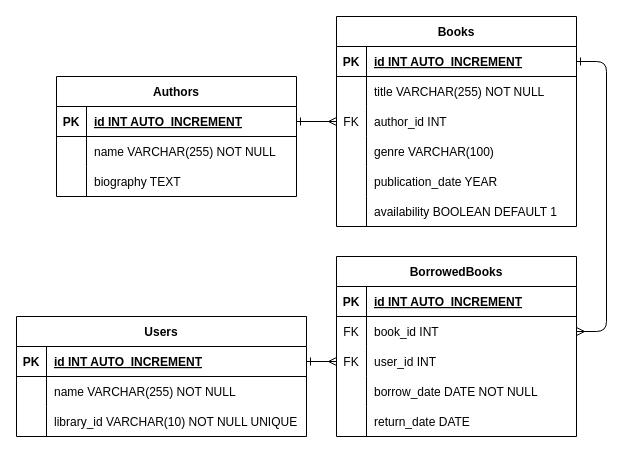
The draw.io diagram relationships.drawio in Tmiseray/Module5-MiniProject, before the edit. Source tidied: cells renumbered, new cells numbered last; positions are measured from the earlier drawing's top-left corner, leaving out a move shared by most shapes. Both pictures are drawn from the tidied source at 100%, with x=0, y=0 at pixel (16, 16).
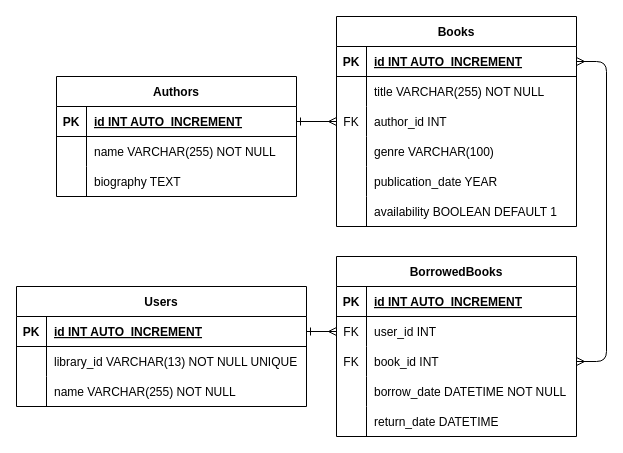
Above is the later version.

The change refers to these unchanged cells:
```xml
<mxCell id="13" style="shape=tableRow;horizontal=0;startSize=0;swimlaneHead=0;swimlaneBody=0;fillColor=none;points=[[0,0.5],[1,0.5]];portConstraint=eastwest;top=0;left=0;right=0;bottom=1;" parent="12" vertex="1">
  <mxGeometry y="30" width="240" height="30" as="geometry" />
</mxCell>
<mxCell id="35" style="shape=tableRow;horizontal=0;startSize=0;swimlaneHead=0;swimlaneBody=0;fillColor=none;top=0;left=0;right=0;bottom=0;" parent="31" vertex="1">
  <mxGeometry y="60" width="290" height="30" as="geometry" />
</mxCell>
<mxCell id="38" style="shape=tableRow;horizontal=0;startSize=0;swimlaneHead=0;swimlaneBody=0;fillColor=none;top=0;left=0;right=0;bottom=0;" parent="31" vertex="1">
  <mxGeometry y="90" width="290" height="30" as="geometry" />
</mxCell>
<mxCell id="41" value="BorrowedBooks" style="shape=table;startSize=30;childLayout=tableLayout;rowLines=0;fontStyle=1;align=center;" parent="1" vertex="1">
  <mxGeometry x="320" y="240" width="240" height="180" as="geometry" />
</mxCell>
<mxCell id="51" style="shape=tableRow;horizontal=0;startSize=0;swimlaneHead=0;swimlaneBody=0;fillColor=none;top=0;left=0;right=0;bottom=0;" parent="41" vertex="1">
  <mxGeometry y="120" width="240" height="30" as="geometry" />
</mxCell>
<mxCell id="54" style="shape=tableRow;horizontal=0;startSize=0;swimlaneHead=0;swimlaneBody=0;fillColor=none;top=0;left=0;right=0;bottom=0;" parent="41" vertex="1">
  <mxGeometry y="150" width="240" height="30" as="geometry" />
</mxCell>
```

Change to the diagram source:
```diff
@@
     <mxCell id="31" value="Users" style="shape=table;startSize=30;childLayout=tableLayout;rowLines=0;fontStyle=1;align=center;" parent="1" vertex="1">
-      <mxGeometry y="300" width="290" height="120" as="geometry" />
+      <mxGeometry y="270" width="290" height="120" as="geometry" />
     </mxCell>
@@
-    <mxCell id="37" value="name VARCHAR(255) NOT NULL" style="shape=partialRectangle;fillColor=none;top=0;left=0;bottom=0;right=0;align=left;spacingLeft=6;overflow=hidden;" parent="35" vertex="1">
+    <mxCell id="37" style="shape=partialRectangle;fillColor=none;top=0;left=0;bottom=0;right=0;align=left;spacingLeft=6;overflow=hidden;" parent="35" vertex="1">
       <mxGeometry x="30" width="260" height="30" as="geometry" />
     </mxCell>
@@
-    <mxCell id="40" value="library_id VARCHAR(10) NOT NULL UNIQUE" style="shape=partialRectangle;fillColor=none;top=0;left=0;bottom=0;right=0;align=left;spacingLeft=6;overflow=hidden;" parent="38" vertex="1">
+    <mxCell id="40" style="shape=partialRectangle;fillColor=none;top=0;left=0;bottom=0;right=0;align=left;spacingLeft=6;overflow=hidden;" parent="38" vertex="1">
       <mxGeometry x="30" width="260" height="30" as="geometry" />
     </mxCell>
@@
+    <mxCell id="48" style="shape=tableRow;horizontal=0;startSize=0;swimlaneHead=0;swimlaneBody=0;fillColor=none;points=[[0,0.5],[1,0.5]];portConstraint=eastwest;top=0;left=0;right=0;bottom=0;" parent="41" vertex="1">
+      <mxGeometry y="60" width="240" height="30" as="geometry" />
+    </mxCell>
+    <mxCell id="49" value="FK" style="shape=partialRectangle;fillColor=none;top=0;left=0;bottom=0;right=0;overflow=hidden;" parent="48" vertex="1">
+      <mxGeometry width="30" height="30" as="geometry" />
+    </mxCell>
+    <mxCell id="50" value="user_id INT" style="shape=partialRectangle;fillColor=none;top=0;left=0;bottom=0;right=0;align=left;spacingLeft=6;overflow=hidden;" parent="48" vertex="1">
+      <mxGeometry x="30" width="210" height="30" as="geometry" />
+    </mxCell>
     <mxCell id="45" style="shape=tableRow;horizontal=0;startSize=0;swimlaneHead=0;swimlaneBody=0;fillColor=none;points=[[0,0.5],[1,0.5]];portConstraint=eastwest;top=0;left=0;right=0;bottom=0;" parent="41" vertex="1">
-      <mxGeometry y="60" width="240" height="30" as="geometry" />
+      <mxGeometry y="90" width="240" height="30" as="geometry" />
     </mxCell>
@@
-    <mxCell id="48" style="shape=tableRow;horizontal=0;startSize=0;swimlaneHead=0;swimlaneBody=0;fillColor=none;points=[[0,0.5],[1,0.5]];portConstraint=eastwest;top=0;left=0;right=0;bottom=0;" parent="41" vertex="1">
-      <mxGeometry y="90" width="240" height="30" as="geometry" />
-    </mxCell>
-    <mxCell id="49" value="FK" style="shape=partialRectangle;fillColor=none;top=0;left=0;bottom=0;right=0;overflow=hidden;" parent="48" vertex="1">
-      <mxGeometry width="30" height="30" as="geometry" />
-    </mxCell>
-    <mxCell id="50" value="user_id INT" style="shape=partialRectangle;fillColor=none;top=0;left=0;bottom=0;right=0;align=left;spacingLeft=6;overflow=hidden;" parent="48" vertex="1">
-      <mxGeometry x="30" width="210" height="30" as="geometry" />
-    </mxCell>
@@
-    <mxCell id="53" value="borrow_date DATE NOT NULL" style="shape=partialRectangle;fillColor=none;top=0;left=0;bottom=0;right=0;align=left;spacingLeft=6;overflow=hidden;" parent="51" vertex="1">
+    <mxCell id="53" value="borrow_date DATETIME NOT NULL" style="shape=partialRectangle;fillColor=none;top=0;left=0;bottom=0;right=0;align=left;spacingLeft=6;overflow=hidden;" parent="51" vertex="1">
       <mxGeometry x="30" width="210" height="30" as="geometry" />
     </mxCell>
@@
-    <mxCell id="56" value="return_date DATE" style="shape=partialRectangle;fillColor=none;top=0;left=0;bottom=0;right=0;align=left;spacingLeft=6;overflow=hidden;" parent="54" vertex="1">
+    <mxCell id="56" value="return_date DATETIME" style="shape=partialRectangle;fillColor=none;top=0;left=0;bottom=0;right=0;align=left;spacingLeft=6;overflow=hidden;" parent="54" vertex="1">
       <mxGeometry x="30" width="210" height="30" as="geometry" />
     </mxCell>
@@
-    <mxCell id="58" style="edgeStyle=elbowEdgeStyle;html=1;entryX=1;entryY=0.5;entryDx=0;entryDy=0;startArrow=ERone;startFill=0;endArrow=ERmany;endFill=0;" parent="1" edge="1" source="13" target="45">
+    <mxCell id="58" style="edgeStyle=elbowEdgeStyle;html=1;entryX=1;entryY=0.5;entryDx=0;entryDy=0;startArrow=ERmany;startFill=0;endArrow=ERmany;endFill=0;" parent="1" edge="1" source="13" target="45">
       <mxGeometry relative="1" as="geometry">
         <Array as="points">
           <mxPoint x="590" y="230" />
         </Array>
       </mxGeometry>
     </mxCell>
@@
+    <mxCell id="60" value="name VARCHAR(255) NOT NULL" style="shape=partialRectangle;fillColor=none;top=0;left=0;bottom=0;right=0;align=left;spacingLeft=6;overflow=hidden;" parent="1" vertex="1">
+      <mxGeometry x="30" y="360" width="260" height="30" as="geometry" />
+    </mxCell>
+    <mxCell id="61" value="library_id VARCHAR(13) NOT NULL UNIQUE" style="shape=partialRectangle;fillColor=none;top=0;left=0;bottom=0;right=0;align=left;spacingLeft=6;overflow=hidden;" parent="1" vertex="1">
+      <mxGeometry x="30" y="330" width="260" height="30" as="geometry" />
+    </mxCell>
```
